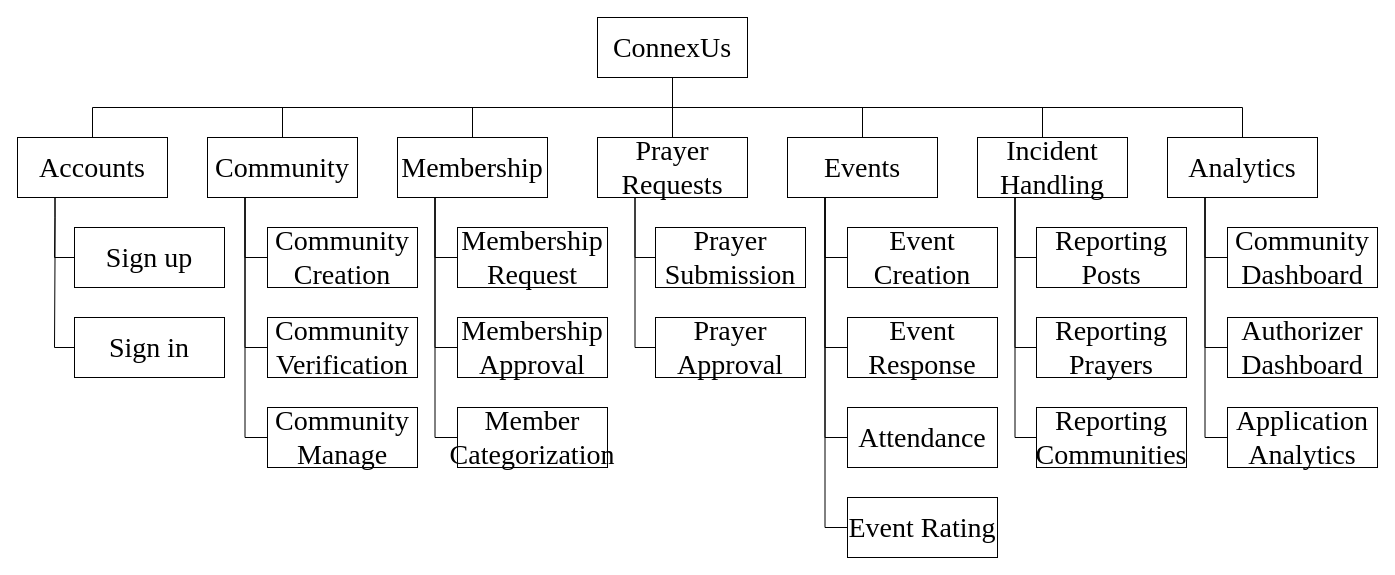
Above: page "DecompositionVer2" (3 of 12) of ConnexUs_Chap3.drawio in gvillanueva01/ConnexUs_diagrams (draw.io), before the change. Source tidied: cells renumbered, new cells numbered last; positions are measured from the earlier drawing's top-left corner, leaving out a move shared by most shapes. Both pictures are drawn from the tidied source at 100%, with x=0, y=0 at pixel (17, 17).
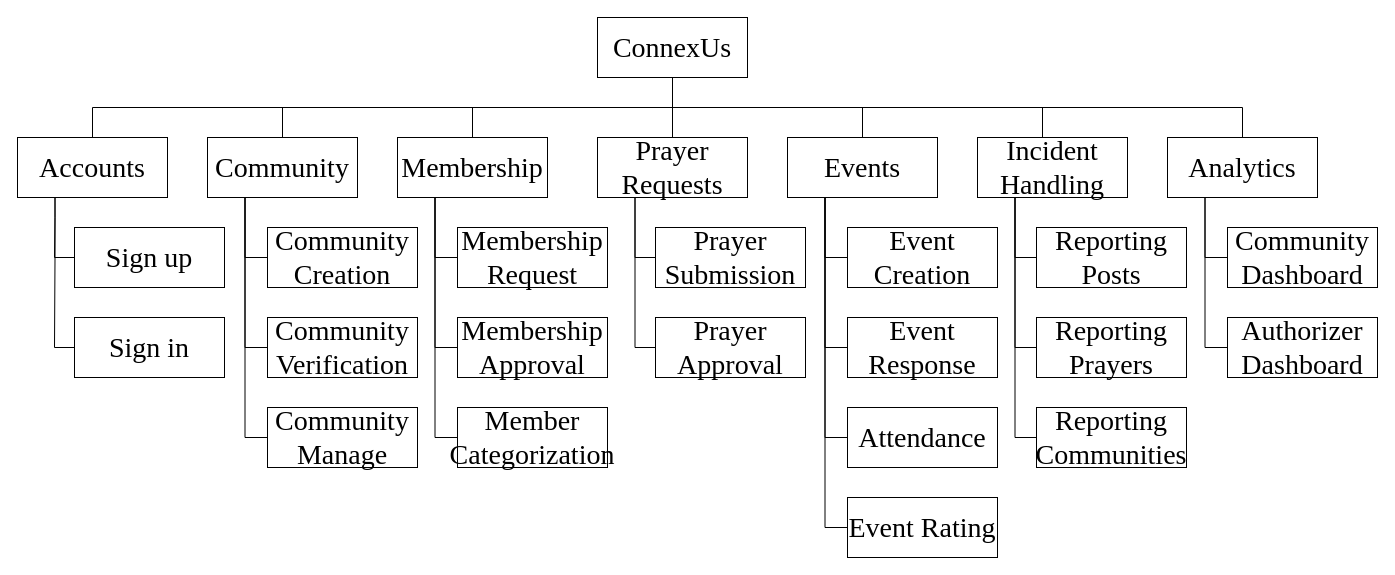
Above is the later version.

The change refers to these unchanged cells:
```xml
<mxCell id="53" value="Analytics" style="rounded=0;whiteSpace=wrap;html=1;fontFamily=Times New Roman;fontSize=28;" parent="1" vertex="1">
  <mxGeometry x="1150" y="120" width="150" height="60" as="geometry" />
</mxCell>
```

Diff of the diagram source:
```diff
@@
-    <mxCell id="52" style="edgeStyle=orthogonalEdgeStyle;rounded=0;jettySize=auto;html=1;exitX=0.25;exitY=1;exitDx=0;exitDy=0;entryX=0;entryY=0.5;entryDx=0;entryDy=0;endArrow=none;endFill=0;" parent="1" edge="1" source="53" target="56">
-      <mxGeometry relative="1" as="geometry" />
-    </mxCell>
@@
-    <mxCell id="56" value="Application Analytics" style="rounded=0;whiteSpace=wrap;html=1;fontFamily=Times New Roman;fontSize=28;" parent="1" vertex="1">
-      <mxGeometry x="1210" y="390" width="150" height="60" as="geometry" />
-    </mxCell>
```
